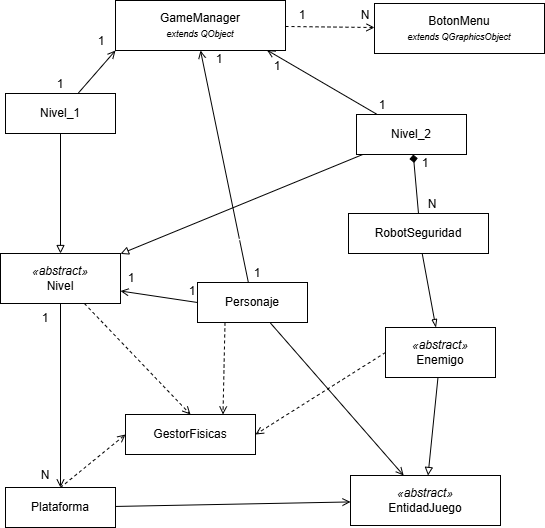
The draw.io diagram Momentos/Momento III/diagramaResumen.png in juan-david-naranjo/Proyectofinal_info2, before a commit. Source tidied: cells renumbered, new cells last; positions are measured from the earlier drawing's top-left corner, leaving out a move shared by most shapes.
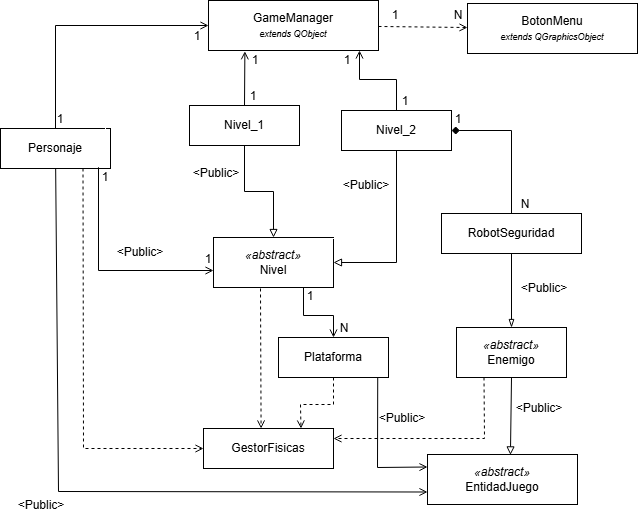
Later version of the same file.

Commit message:
Informe y diagrama de clases agregado

Change to the diagram source:
```diff
@@ -6,13 +6,13 @@
       <mxGeometry x="115" width="170" height="50" as="geometry" />
     </mxCell>
     <mxCell id="3" value="GestorFisicas" style="rounded=0;whiteSpace=wrap;html=1;fillColor=light-dark(#D5E8D4,#FFFFFF);strokeColor=light-dark(#82B366,#000000);fontColor=light-dark(#000000,#000000);fontSize=12;align=center;" parent="1" vertex="1">
-      <mxGeometry x="125" y="414" width="130" height="40" as="geometry" />
+      <mxGeometry x="110" y="428" width="130" height="40" as="geometry" />
     </mxCell>
     <mxCell id="4" value="&lt;i&gt;«abstract»&lt;/i&gt;&#10;Nivel" style="rounded=0;whiteSpace=wrap;html=1;fillColor=light-dark(#D5E8D4,#FFFFFF);strokeColor=light-dark(#82B366,#000000);fontSize=12;align=center;fontColor=light-dark(#000000,#000000);" parent="1" vertex="1">
-      <mxGeometry y="253" width="120" height="50" as="geometry" />
+      <mxGeometry x="120" y="237" width="120" height="50" as="geometry" />
     </mxCell>
     <mxCell id="5" value="&lt;i&gt;«abstract»&lt;/i&gt;&#10;EntidadJuego" style="rounded=0;whiteSpace=wrap;html=1;fillColor=light-dark(#D5E8D4,#FFFFFF);strokeColor=light-dark(#82B366,#000000);fontSize=12;align=center;fontColor=light-dark(#000000,#000000);" parent="1" vertex="1">
-      <mxGeometry x="350" y="475" width="150" height="50" as="geometry" />
+      <mxGeometry x="334" y="454" width="150" height="50" as="geometry" />
     </mxCell>
     <mxCell id="6" value="BotonMenu&#10;&lt;i style=&quot;font-size:9px&quot;&gt;extends QGraphicsObject&lt;/i&gt;" style="rounded=0;whiteSpace=wrap;html=1;fillColor=light-dark(#FFE6CC,#FFFFFF);strokeColor=light-dark(#D6B656,#000000);fontSize=12;align=center;labelBorderColor=light-dark(#000000,#FFFFFF);fontColor=light-dark(#000000,#000000);" parent="1" vertex="1">
       <mxGeometry x="374" y="3" width="170" height="50" as="geometry" />
@@ -21,102 +21,146 @@
       <mxGeometry relative="1" as="geometry" />
     </mxCell>
     <mxCell id="8" value="Nivel_1" style="rounded=0;whiteSpace=wrap;html=1;fillColor=light-dark(#D5E8D4,#FFFFFF);strokeColor=light-dark(#82B366,#000000);fontSize=12;align=center;fontColor=light-dark(#000000,#000000);" parent="1" vertex="1">
-      <mxGeometry x="5" y="93" width="110" height="40" as="geometry" />
+      <mxGeometry x="96" y="105" width="110" height="40" as="geometry" />
     </mxCell>
     <mxCell id="9" value="&lt;i&gt;«abstract»&lt;/i&gt;&#10;Enemigo" style="rounded=0;whiteSpace=wrap;html=1;fillColor=light-dark(#D5E8D4,#FFFFFF);strokeColor=light-dark(#82B366,#000000);fontSize=12;align=center;fontColor=light-dark(#000000,#000000);" parent="1" vertex="1">
-      <mxGeometry x="385" y="327" width="110" height="50" as="geometry" />
+      <mxGeometry x="363" y="327" width="110" height="50" as="geometry" />
     </mxCell>
     <mxCell id="10" value="Plataforma" style="rounded=0;whiteSpace=wrap;html=1;fillColor=light-dark(#D5E8D4,#FFFFFF);strokeColor=light-dark(#82B366,#000000);fontSize=12;align=center;fontColor=light-dark(#000000,#000000);" parent="1" vertex="1">
-      <mxGeometry x="5" y="487" width="110" height="40" as="geometry" />
+      <mxGeometry x="185" y="337" width="110" height="40" as="geometry" />
     </mxCell>
     <mxCell id="11" value="RobotSeguridad" style="rounded=0;whiteSpace=wrap;html=1;fillColor=light-dark(#D5E8D4,#FFFFFF);strokeColor=light-dark(#82B366,#000000);fontSize=12;align=center;fontColor=light-dark(#000000,#000000);" parent="1" vertex="1">
       <mxGeometry x="348" y="213" width="140" height="40" as="geometry" />
     </mxCell>
-    <mxCell id="12" style="endArrow=block;endFill=0;startArrow=none;rounded=0;strokeColor=light-dark(#2D7600,#000000);" parent="1" edge="1" source="25" target="4">
-      <mxGeometry relative="1" as="geometry" />
+    <mxCell id="12" style="endArrow=block;endFill=0;startArrow=none;rounded=0;strokeColor=light-dark(#2D7600,#000000);entryX=1;entryY=0.5;entryDx=0;entryDy=0;" parent="1" edge="1" source="25" target="4">
+      <mxGeometry relative="1" as="geometry">
+        <Array as="points">
+          <mxPoint x="303" y="262" />
+        </Array>
+      </mxGeometry>
     </mxCell>
-    <mxCell id="13" style="endArrow=open;endFill=0;startArrow=none;rounded=0;strokeColor=light-dark(#000000,#000000);" parent="1" edge="1" source="24" target="5">
-      <mxGeometry relative="1" as="geometry" />
+    <mxCell id="13" style="endArrow=open;endFill=0;startArrow=none;rounded=0;strokeColor=light-dark(#000000,#000000);entryX=0;entryY=0.75;entryDx=0;entryDy=0;" parent="1" edge="1" source="24" target="5">
+      <mxGeometry relative="1" as="geometry">
+        <Array as="points">
+          <mxPoint x="-35" y="491" />
+        </Array>
+      </mxGeometry>
     </mxCell>
-    <mxCell id="14" style="endArrow=block;endFill=0;startArrow=none;rounded=0;strokeColor=light-dark(#000000,#000000);" parent="1" edge="1" source="9" target="5">
+    <mxCell id="14" style="endArrow=block;endFill=0;startArrow=none;rounded=0;strokeColor=light-dark(#000000,#000000);entryX=0.553;entryY=0.008;entryDx=0;entryDy=0;exitX=0.5;exitY=1;exitDx=0;exitDy=0;entryPerimeter=0;" parent="1" edge="1" source="9" target="5">
       <mxGeometry relative="1" as="geometry" />
     </mxCell>
-    <mxCell id="15" style="endArrow=open;endFill=0;startArrow=none;rounded=0;strokeColor=light-dark(#000000,#000000);" parent="1" edge="1" source="10" target="5">
-      <mxGeometry relative="1" as="geometry" />
+    <mxCell id="15" style="endArrow=open;endFill=0;startArrow=none;rounded=0;strokeColor=light-dark(#000000,#000000);exitX=0.902;exitY=1.005;exitDx=0;exitDy=0;exitPerimeter=0;entryX=0;entryY=0.25;entryDx=0;entryDy=0;" parent="1" edge="1" source="10" target="5">
+      <mxGeometry relative="1" as="geometry">
+        <Array as="points">
+          <mxPoint x="284" y="467" />
+        </Array>
+      </mxGeometry>
     </mxCell>
     <mxCell id="16" style="endArrow=blockThin;endFill=0;startArrow=none;rounded=0;strokeColor=light-dark(#000000,#000000);" parent="1" edge="1" source="11" target="9">
       <mxGeometry relative="1" as="geometry" />
     </mxCell>
-    <mxCell id="17" style="endArrow=open;endFill=0;startArrow=none;rounded=0;entryX=0;entryY=1;entryDx=0;entryDy=0;strokeColor=light-dark(#000000,#000000);" parent="1" edge="1" source="8" target="2">
+    <mxCell id="17" style="endArrow=open;endFill=0;startArrow=none;rounded=0;entryX=0.214;entryY=1.016;entryDx=0;entryDy=0;strokeColor=light-dark(#000000,#000000);entryPerimeter=0;exitX=0.5;exitY=0;exitDx=0;exitDy=0;" parent="1" edge="1" source="8" target="2">
       <mxGeometry relative="1" as="geometry" />
     </mxCell>
-    <mxCell id="18" style="endArrow=open;endFill=0;startArrow=none;rounded=0;strokeColor=light-dark(#000000,#000000);entryX=0.891;entryY=0.992;entryDx=0;entryDy=0;entryPerimeter=0;" parent="1" edge="1" source="25" target="2">
-      <mxGeometry relative="1" as="geometry" />
+    <mxCell id="18" style="endArrow=open;endFill=0;startArrow=none;rounded=0;strokeColor=light-dark(#000000,#000000);" parent="1" edge="1" source="25">
+      <mxGeometry relative="1" as="geometry">
+        <mxPoint x="266" y="50" as="targetPoint" />
+        <Array as="points">
+          <mxPoint x="303" y="79" />
+          <mxPoint x="266" y="79" />
+        </Array>
+      </mxGeometry>
     </mxCell>
-    <mxCell id="19" style="endArrow=open;endFill=0;startArrow=none;fontSize=10;rounded=0;strokeColor=light-dark(#000000,#000000);entryX=0.5;entryY=1;entryDx=0;entryDy=0;" parent="1" edge="1" source="24" target="2">
-      <mxGeometry x="-0.26" y="-62" relative="1" as="geometry" />
+    <mxCell id="19" style="endArrow=open;endFill=0;startArrow=none;fontSize=10;rounded=0;strokeColor=light-dark(#000000,#000000);entryX=0;entryY=0.5;entryDx=0;entryDy=0;" parent="1" edge="1" source="24" target="2">
+      <mxGeometry x="-0.26" y="-62" relative="1" as="geometry">
+        <Array as="points">
+          <mxPoint x="-38" y="25" />
+        </Array>
+      </mxGeometry>
     </mxCell>
     <mxCell id="20" style="endArrow=open;endFill=0;startArrow=none;rounded=0;strokeColor=light-dark(#000000,#000000);dashed=1;" parent="1" edge="1" source="2" target="6">
       <mxGeometry relative="1" as="geometry" />
     </mxCell>
-    <mxCell id="21" style="endArrow=open;endFill=0;startArrow=none;fontSize=10;rounded=0;strokeColor=light-dark(#000000,#000000);exitX=0.5;exitY=1;exitDx=0;exitDy=0;entryX=0.5;entryY=0;entryDx=0;entryDy=0;" parent="1" edge="1" source="4" target="10">
-      <mxGeometry x="-0.82" y="59" relative="1" as="geometry" />
+    <mxCell id="21" style="endArrow=open;endFill=0;startArrow=none;fontSize=10;rounded=0;strokeColor=light-dark(#000000,#000000);exitX=0.75;exitY=1;exitDx=0;exitDy=0;entryX=0.5;entryY=0;entryDx=0;entryDy=0;" parent="1" edge="1" source="4" target="10">
+      <mxGeometry x="-0.82" y="59" relative="1" as="geometry">
+        <Array as="points">
+          <mxPoint x="210" y="315" />
+          <mxPoint x="240" y="315" />
+        </Array>
+      </mxGeometry>
     </mxCell>
     <mxCell id="22" style="endArrow=diamond;endFill=1;startArrow=none;fontSize=10;rounded=0;strokeColor=light-dark(#000000,#000000);exitX=0.5;exitY=0;exitDx=0;exitDy=0;" parent="1" edge="1" source="11" target="25">
-      <mxGeometry x="-0.1" y="-8" relative="1" as="geometry" />
+      <mxGeometry x="-0.1" y="-8" relative="1" as="geometry">
+        <Array as="points">
+          <mxPoint x="418" y="130" />
+        </Array>
+      </mxGeometry>
     </mxCell>
-    <mxCell id="23" style="endArrow=open;endFill=0;startArrow=none;dashed=1;fontSize=10;rounded=0;strokeColor=light-dark(#000000,#000000);entryX=0.5;entryY=0;entryDx=0;entryDy=0;" parent="1" edge="1" source="4" target="3">
-      <mxGeometry relative="1" as="geometry" />
+    <mxCell id="23" style="endArrow=open;endFill=0;startArrow=none;dashed=1;fontSize=10;rounded=0;strokeColor=light-dark(#000000,#000000);entryX=0.443;entryY=0;entryDx=0;entryDy=0;entryPerimeter=0;" parent="1" edge="1" target="3">
+      <mxGeometry relative="1" as="geometry">
+        <mxPoint x="167" y="288" as="sourcePoint" />
+      </mxGeometry>
     </mxCell>
     <mxCell id="24" value="Personaje" style="rounded=0;whiteSpace=wrap;html=1;fillColor=light-dark(#D5E8D4,#FFFFFF);strokeColor=light-dark(#82B366,#000000);fontSize=12;align=center;fontColor=light-dark(#000000,#000000);" parent="1" vertex="1">
-      <mxGeometry x="197" y="282" width="110" height="40" as="geometry" />
+      <mxGeometry x="-93" y="128" width="110" height="40" as="geometry" />
     </mxCell>
     <mxCell id="25" value="Nivel_2" style="rounded=0;whiteSpace=wrap;html=1;fillColor=light-dark(#D5E8D4,#FFFFFF);strokeColor=light-dark(#82B366,#000000);fontSize=12;align=center;fontColor=light-dark(#000000,#000000);" parent="1" vertex="1">
-      <mxGeometry x="356" y="114" width="110" height="40" as="geometry" />
+      <mxGeometry x="248" y="110" width="110" height="40" as="geometry" />
     </mxCell>
-    <mxCell id="26" style="endArrow=open;html=1;rounded=0;entryX=1;entryY=0.75;entryDx=0;entryDy=0;exitX=0;exitY=0.5;exitDx=0;exitDy=0;endFill=0;startSize=6;endSize=6;strokeColor=light-dark(#000000,#000000);" parent="1" edge="1" source="24" target="4">
-      <mxGeometry relative="1" as="geometry" />
+    <mxCell id="26" style="endArrow=open;html=1;rounded=0;exitX=0.891;exitY=0.97;exitDx=0;exitDy=0;endFill=0;startSize=6;endSize=6;strokeColor=light-dark(#000000,#000000);exitPerimeter=0;" parent="1" edge="1" source="24">
+      <mxGeometry relative="1" as="geometry">
+        <mxPoint x="120" y="270" as="targetPoint" />
+        <Array as="points">
+          <mxPoint x="5" y="270" />
+        </Array>
+      </mxGeometry>
     </mxCell>
-    <mxCell id="27" style="endArrow=open;endFill=0;startArrow=none;dashed=1;fontSize=10;rounded=0;exitX=0.25;exitY=1;exitDx=0;exitDy=0;strokeColor=light-dark(#000000,#000000);entryX=0.75;entryY=0;entryDx=0;entryDy=0;" parent="1" edge="1" source="24" target="3">
+    <mxCell id="27" style="endArrow=open;endFill=0;startArrow=none;dashed=1;fontSize=10;rounded=0;exitX=0.75;exitY=1;exitDx=0;exitDy=0;strokeColor=light-dark(#000000,#000000);entryX=0;entryY=0.5;entryDx=0;entryDy=0;" parent="1" edge="1" source="24" target="3">
       <mxGeometry x="1" y="82" relative="1" as="geometry">
+        <Array as="points">
+          <mxPoint x="-10" y="448" />
+        </Array>
         <mxPoint y="2" as="offset" />
       </mxGeometry>
     </mxCell>
     <mxCell id="28" value="&lt;font style=&quot;color: light-dark(rgb(0, 0, 0), rgb(0, 0, 0));&quot;&gt;N&lt;/font&gt;" style="text;html=1;whiteSpace=wrap;strokeColor=none;fillColor=none;align=center;verticalAlign=middle;rounded=0;" parent="1" vertex="1">
-      <mxGeometry x="34" y="466" width="22" height="18" as="geometry" />
+      <mxGeometry x="240" y="319" width="22" height="18" as="geometry" />
     </mxCell>
     <mxCell id="29" value="&lt;font style=&quot;color: light-dark(rgb(0, 0, 0), rgb(0, 0, 0));&quot;&gt;1&lt;/font&gt;" style="text;html=1;whiteSpace=wrap;strokeColor=none;fillColor=none;align=center;verticalAlign=middle;rounded=0;" parent="1" vertex="1">
-      <mxGeometry x="34" y="309" width="22" height="18" as="geometry" />
+      <mxGeometry x="104" y="250" width="22" height="18" as="geometry" />
     </mxCell>
+    <mxCell id="45" style="edgeStyle=orthogonalEdgeStyle;rounded=0;jettySize=auto;html=1;" parent="1" edge="1" source="30" target="32">
+      <mxGeometry relative="1" as="geometry" />
+    </mxCell>
     <mxCell id="30" value="&lt;font style=&quot;color: light-dark(rgb(0, 0, 0), rgb(0, 0, 0));&quot;&gt;1&lt;/font&gt;" style="text;html=1;whiteSpace=wrap;strokeColor=none;fillColor=none;align=center;verticalAlign=middle;rounded=0;" parent="1" vertex="1">
-      <mxGeometry x="49" y="75" width="22" height="18" as="geometry" />
+      <mxGeometry x="149" y="87" width="22" height="18" as="geometry" />
     </mxCell>
     <mxCell id="31" value="&lt;font style=&quot;color: light-dark(rgb(0, 0, 0), rgb(0, 0, 0));&quot;&gt;1&lt;/font&gt;" style="text;html=1;whiteSpace=wrap;strokeColor=none;fillColor=none;align=center;verticalAlign=middle;rounded=0;" parent="1" vertex="1">
-      <mxGeometry x="90" y="32" width="22" height="18" as="geometry" />
+      <mxGeometry x="301" y="92" width="22" height="18" as="geometry" />
     </mxCell>
     <mxCell id="32" value="&lt;font style=&quot;color: light-dark(rgb(0, 0, 0), rgb(0, 0, 0));&quot;&gt;1&lt;/font&gt;" style="text;html=1;whiteSpace=wrap;strokeColor=none;fillColor=none;align=center;verticalAlign=middle;rounded=0;" parent="1" vertex="1">
-      <mxGeometry x="371" y="96" width="22" height="18" as="geometry" />
+      <mxGeometry x="1" y="168" width="22" height="18" as="geometry" />
     </mxCell>
     <mxCell id="33" value="&lt;font style=&quot;color: light-dark(rgb(0, 0, 0), rgb(0, 0, 0));&quot;&gt;1&lt;/font&gt;" style="text;html=1;whiteSpace=wrap;strokeColor=none;fillColor=none;align=center;verticalAlign=middle;rounded=0;" parent="1" vertex="1">
-      <mxGeometry x="266" y="57" width="22" height="18" as="geometry" />
+      <mxGeometry x="243" y="51" width="22" height="18" as="geometry" />
     </mxCell>
     <mxCell id="34" value="&lt;font style=&quot;color: light-dark(rgb(0, 0, 0), rgb(0, 0, 0));&quot;&gt;1&lt;/font&gt;" style="text;html=1;whiteSpace=wrap;strokeColor=none;fillColor=none;align=center;verticalAlign=middle;rounded=0;" parent="1" vertex="1">
-      <mxGeometry x="246" y="264" width="22" height="18" as="geometry" />
+      <mxGeometry x="-44" y="110" width="22" height="18" as="geometry" />
     </mxCell>
     <mxCell id="35" value="&lt;font style=&quot;color: light-dark(rgb(0, 0, 0), rgb(0, 0, 0));&quot;&gt;1&lt;/font&gt;" style="text;html=1;whiteSpace=wrap;strokeColor=none;fillColor=none;align=center;verticalAlign=middle;rounded=0;" parent="1" vertex="1">
-      <mxGeometry x="208" y="50" width="22" height="18" as="geometry" />
+      <mxGeometry x="151" y="51" width="22" height="18" as="geometry" />
     </mxCell>
     <mxCell id="36" value="&lt;font style=&quot;color: light-dark(rgb(0, 0, 0), rgb(0, 0, 0));&quot;&gt;1&lt;/font&gt;" style="text;html=1;whiteSpace=wrap;strokeColor=none;fillColor=none;align=center;verticalAlign=middle;rounded=0;" parent="1" vertex="1">
-      <mxGeometry x="414" y="154" width="22" height="18" as="geometry" />
+      <mxGeometry x="354" y="110" width="22" height="18" as="geometry" />
     </mxCell>
     <mxCell id="37" value="&lt;font style=&quot;color: light-dark(rgb(0, 0, 0), rgb(0, 0, 0));&quot;&gt;N&lt;/font&gt;" style="text;html=1;whiteSpace=wrap;strokeColor=none;fillColor=none;align=center;verticalAlign=middle;rounded=0;" parent="1" vertex="1">
       <mxGeometry x="421" y="195" width="22" height="18" as="geometry" />
     </mxCell>
     <mxCell id="38" value="&lt;font style=&quot;color: light-dark(rgb(0, 0, 0), rgb(0, 0, 0));&quot;&gt;1&lt;/font&gt;" style="text;html=1;whiteSpace=wrap;strokeColor=none;fillColor=none;align=center;verticalAlign=middle;rounded=0;" parent="1" vertex="1">
-      <mxGeometry x="181" y="282" width="22" height="18" as="geometry" />
+      <mxGeometry x="93" y="27" width="22" height="18" as="geometry" />
     </mxCell>
     <mxCell id="39" value="&lt;font style=&quot;color: light-dark(rgb(0, 0, 0), rgb(0, 0, 0));&quot;&gt;1&lt;/font&gt;" style="text;html=1;whiteSpace=wrap;strokeColor=none;fillColor=none;align=center;verticalAlign=middle;rounded=0;" parent="1" vertex="1">
-      <mxGeometry x="120" y="269" width="22" height="18" as="geometry" />
+      <mxGeometry x="206" y="287" width="22" height="18" as="geometry" />
     </mxCell>
     <mxCell id="40" value="&lt;font style=&quot;color: light-dark(rgb(0, 0, 0), rgb(0, 0, 0));&quot;&gt;1&lt;/font&gt;" style="text;html=1;whiteSpace=wrap;strokeColor=none;fillColor=none;align=center;verticalAlign=middle;rounded=0;" parent="1" vertex="1">
       <mxGeometry x="291" y="6" width="22" height="18" as="geometry" />
@@ -130,11 +174,41 @@
         <mxPoint x="285" y="193" as="targetPoint" />
       </mxGeometry>
     </mxCell>
-    <mxCell id="43" style="endArrow=open;html=1;rounded=0;exitX=0;exitY=0.5;exitDx=0;exitDy=0;entryX=1;entryY=0.5;entryDx=0;entryDy=0;dashed=1;strokeColor=light-dark(#000000,#000000);endFill=0;" parent="1" edge="1" source="9" target="3">
-      <mxGeometry relative="1" as="geometry" />
+    <mxCell id="43" style="endArrow=open;html=1;rounded=0;exitX=0.25;exitY=1;exitDx=0;exitDy=0;entryX=1;entryY=0.25;entryDx=0;entryDy=0;dashed=1;strokeColor=light-dark(#000000,#000000);endFill=0;" parent="1" edge="1" source="9" target="3">
+      <mxGeometry relative="1" as="geometry">
+        <Array as="points">
+          <mxPoint x="391" y="438" />
+        </Array>
+      </mxGeometry>
     </mxCell>
-    <mxCell id="44" style="endArrow=open;html=1;rounded=0;strokeColor=light-dark(#000000,#000000);exitX=0.5;exitY=0;exitDx=0;exitDy=0;entryX=0;entryY=0.5;entryDx=0;entryDy=0;dashed=1;endFill=0;" parent="1" edge="1" source="10" target="3">
-      <mxGeometry relative="1" as="geometry" />
+    <mxCell id="44" style="endArrow=open;html=1;rounded=0;strokeColor=light-dark(#000000,#000000);exitX=0.5;exitY=1;exitDx=0;exitDy=0;entryX=0.75;entryY=0;entryDx=0;entryDy=0;dashed=1;endFill=0;" parent="1" edge="1" source="10" target="3">
+      <mxGeometry relative="1" as="geometry">
+        <Array as="points">
+          <mxPoint x="240" y="404" />
+          <mxPoint x="207" y="404" />
+        </Array>
+      </mxGeometry>
     </mxCell>
+    <mxCell id="46" value="&amp;lt;Public&amp;gt;" style="text;html=1;whiteSpace=wrap;strokeColor=none;fillColor=none;align=center;verticalAlign=middle;rounded=0;fontColor=light-dark(#000000,#000000);" parent="1" vertex="1">
+      <mxGeometry x="17" y="237" width="60" height="30" as="geometry" />
+    </mxCell>
+    <mxCell id="47" value="&amp;lt;Public&amp;gt;" style="text;html=1;whiteSpace=wrap;strokeColor=none;fillColor=none;align=center;verticalAlign=middle;rounded=0;fontColor=light-dark(#000000,#000000);" parent="1" vertex="1">
+      <mxGeometry x="416" y="393" width="60" height="30" as="geometry" />
+    </mxCell>
+    <mxCell id="48" value="&amp;lt;Public&amp;gt;" style="text;html=1;whiteSpace=wrap;strokeColor=none;fillColor=none;align=center;verticalAlign=middle;rounded=0;fontColor=light-dark(#000000,#000000);" parent="1" vertex="1">
+      <mxGeometry x="421" y="273" width="60" height="30" as="geometry" />
+    </mxCell>
+    <mxCell id="49" value="&amp;lt;Public&amp;gt;" style="text;html=1;whiteSpace=wrap;strokeColor=none;fillColor=none;align=center;verticalAlign=middle;rounded=0;fontColor=light-dark(#000000,#000000);" parent="1" vertex="1">
+      <mxGeometry x="-82" y="490" width="60" height="30" as="geometry" />
+    </mxCell>
+    <mxCell id="50" value="&amp;lt;Public&amp;gt;" style="text;html=1;whiteSpace=wrap;strokeColor=none;fillColor=none;align=center;verticalAlign=middle;rounded=0;fontColor=light-dark(#000000,#000000);" parent="1" vertex="1">
+      <mxGeometry x="93" y="158" width="60" height="30" as="geometry" />
+    </mxCell>
+    <mxCell id="51" value="&amp;lt;Public&amp;gt;" style="text;html=1;whiteSpace=wrap;strokeColor=none;fillColor=none;align=center;verticalAlign=middle;rounded=0;fontColor=light-dark(#000000,#000000);" parent="1" vertex="1">
+      <mxGeometry x="243" y="170" width="60" height="30" as="geometry" />
+    </mxCell>
+    <mxCell id="52" value="&amp;lt;Public&amp;gt;" style="text;html=1;whiteSpace=wrap;strokeColor=none;fillColor=none;align=center;verticalAlign=middle;rounded=0;fontColor=light-dark(#000000,#000000);" parent="1" vertex="1">
+      <mxGeometry x="279" y="403" width="60" height="30" as="geometry" />
+    </mxCell>
   </root>
 </mxGraphModel>
```
